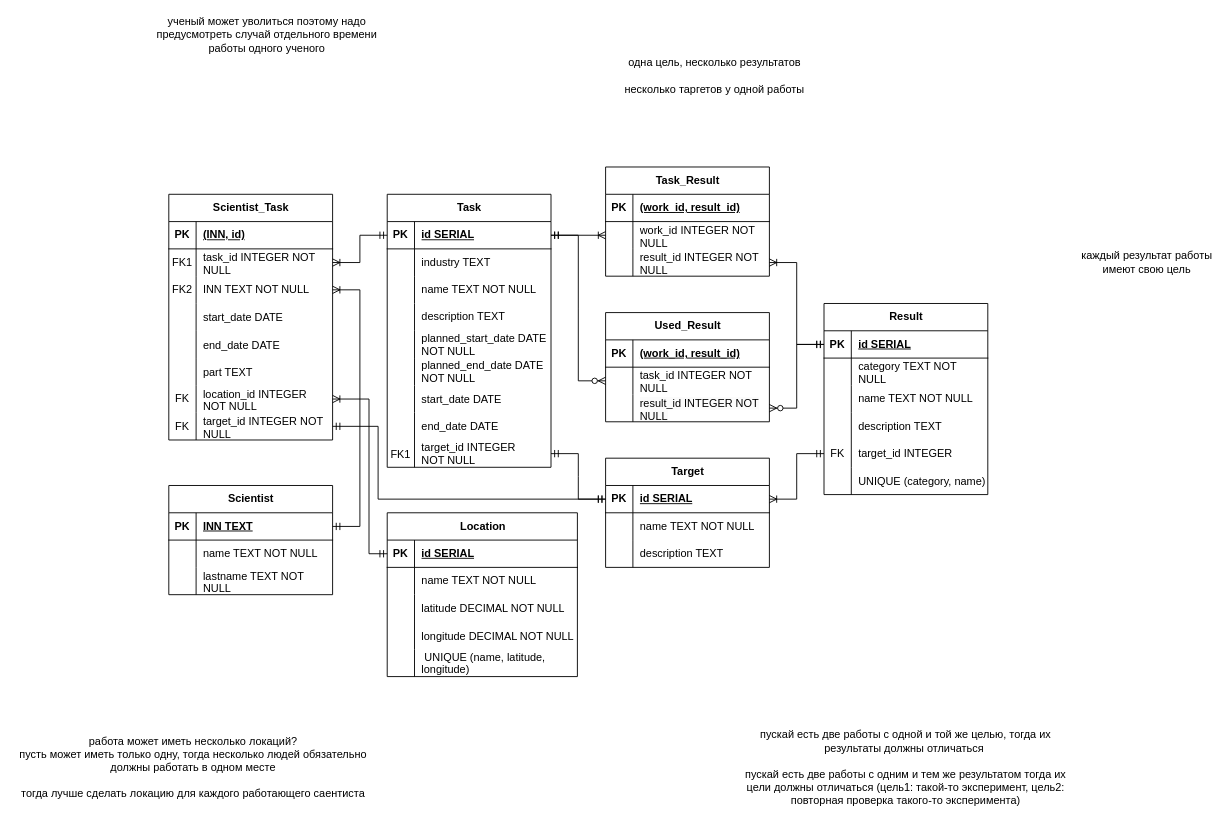
This is DB/lab_1/diagrams/data.drawio from vanya9090/itmo, a draw.io file, before an edit. Source tidied: cells renumbered, new cells numbered last; positions are measured from the earlier drawing's top-left corner, leaving out a move shared by most shapes. Both pictures are drawn from the tidied source at 91%, with x=0, y=0 at pixel (15, 21).
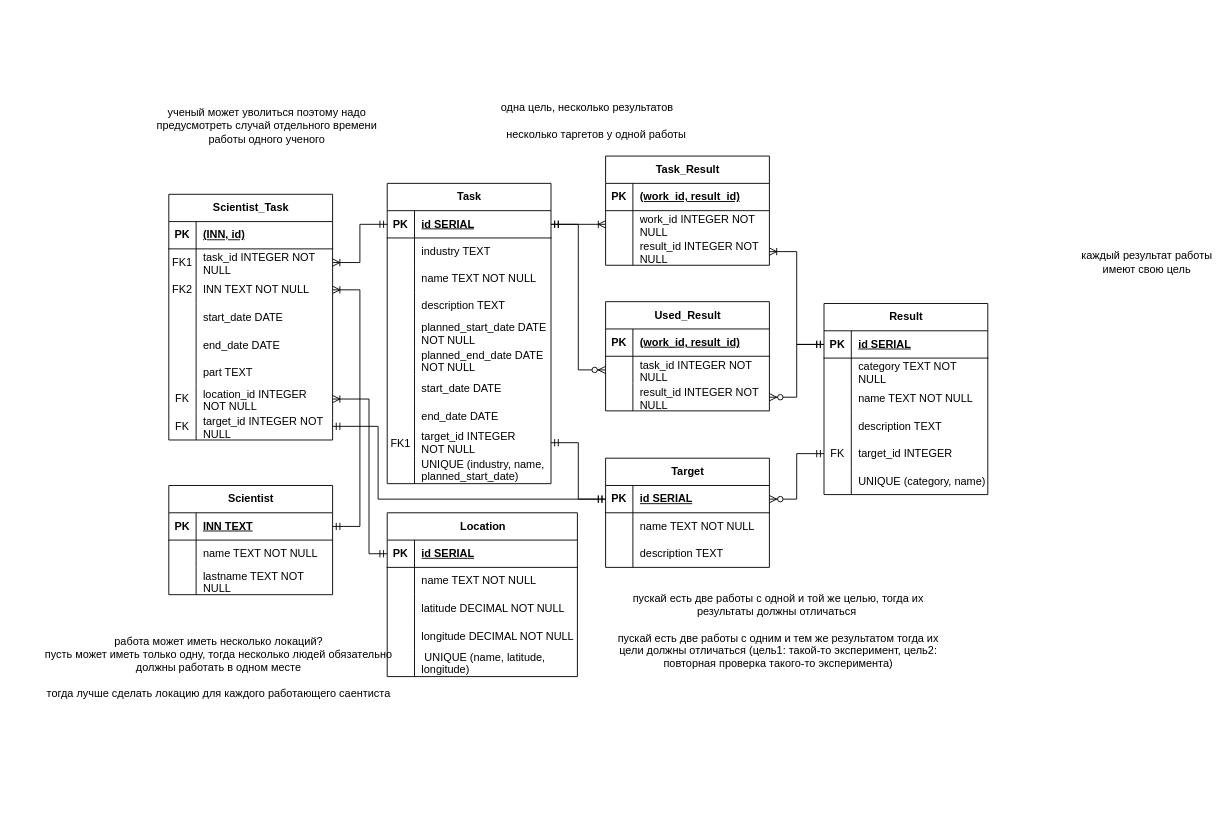
The same page after the edit.

The change refers to these unchanged cells:
```xml
<mxCell id="29" style="shape=tableRow;horizontal=0;startSize=0;swimlaneHead=0;swimlaneBody=0;fillColor=none;points=[[0,0.5],[1,0.5]];portConstraint=eastwest;top=0;left=0;right=0;bottom=1;" parent="28" vertex="1">
  <mxGeometry y="30" width="180" height="30" as="geometry" />
</mxCell>
<mxCell id="51" style="shape=tableRow;horizontal=0;startSize=0;swimlaneHead=0;swimlaneBody=0;fillColor=none;points=[[0,0.5],[1,0.5]];portConstraint=eastwest;top=0;left=0;right=0;bottom=0;" parent="38" vertex="1">
  <mxGeometry y="150" width="180" height="30" as="geometry" />
</mxCell>
```

What changed in the source:
```diff
@@
     <mxCell id="57" value="Task" style="shape=table;startSize=30;childLayout=tableLayout;rowLines=0;fontStyle=1;align=center;html=1;" parent="1" vertex="1">
-      <mxGeometry x="408" y="190" width="180" height="300" as="geometry" />
+      <mxGeometry x="408" y="178" width="180" height="330" as="geometry" />
     </mxCell>
@@
+    <mxCell id="147" style="shape=tableRow;horizontal=0;startSize=0;swimlaneHead=0;swimlaneBody=0;fillColor=none;top=0;left=0;right=0;bottom=0;" parent="57" vertex="1">
+      <mxGeometry y="300" width="180" height="30" as="geometry" />
+    </mxCell>
+    <mxCell id="148" style="shape=partialRectangle;fillColor=none;top=0;left=0;bottom=0;right=0;overflow=hidden;" parent="147" vertex="1">
+      <mxGeometry width="30" height="30" as="geometry" />
+    </mxCell>
+    <mxCell id="149" value="UNIQUE (industry, name,&#10;planned_start_date)" style="shape=partialRectangle;fillColor=none;top=0;left=0;bottom=0;right=0;align=left;spacingLeft=6;overflow=hidden;" parent="147" vertex="1">
+      <mxGeometry x="30" width="150" height="30" as="geometry" />
+    </mxCell>
@@
     <mxCell id="112" value="ученый может уволиться поэтому надо предусмотреть случай отдельного времени работы одного ученого" style="text;html=1;align=center;verticalAlign=middle;whiteSpace=wrap;rounded=0;" parent="1" vertex="1">
-      <mxGeometry x="144" width="264" height="30" as="geometry" />
+      <mxGeometry x="144" y="100" width="264" height="30" as="geometry" />
     </mxCell>
     <mxCell id="113" value="несколько таргетов у одной работы" style="text;html=1;align=center;verticalAlign=middle;whiteSpace=wrap;rounded=0;" parent="1" vertex="1">
-      <mxGeometry x="658" y="60" width="220" height="30" as="geometry" />
+      <mxGeometry x="528" y="110" width="220" height="30" as="geometry" />
     </mxCell>
     <mxCell id="114" value="одна цель, несколько результатов" style="text;html=1;align=center;verticalAlign=middle;whiteSpace=wrap;rounded=0;" parent="1" vertex="1">
-      <mxGeometry x="668" y="30" width="200" height="30" as="geometry" />
+      <mxGeometry x="528" y="80" width="200" height="30" as="geometry" />
     </mxCell>
     <mxCell id="115" value="Task_Result" style="shape=table;startSize=30;childLayout=tableLayout;rowLines=0;fontStyle=1;align=center;html=1;" parent="1" vertex="1">
-      <mxGeometry x="648" y="160" width="180" height="120" as="geometry" />
+      <mxGeometry x="648" y="148" width="180" height="120" as="geometry" />
     </mxCell>
@@
     <mxCell id="127" value="пускай есть две работы с одной и той же целью, тогда их результаты должны отличаться&amp;nbsp;&lt;div&gt;&lt;br&gt;&lt;div&gt;пускай есть две работы с одним и тем же результатом тогда их цели должны отличаться (цель1: такой-то эксперимент, цель2: повторная проверка такого-то эксперимента)&lt;/div&gt;&lt;/div&gt;" style="text;html=1;align=center;verticalAlign=middle;whiteSpace=wrap;rounded=0;" parent="1" vertex="1">
-      <mxGeometry x="788" y="760" width="380" height="120" as="geometry" />
+      <mxGeometry x="648" y="610" width="380" height="120" as="geometry" />
     </mxCell>
-    <mxCell id="128" style="edgeStyle=entityRelationEdgeStyle;fontSize=12;html=1;endArrow=ERoneToMany;startArrow=ERmandOne;rounded=0;exitX=0;exitY=0.5;exitDx=0;exitDy=0;entryX=1;entryY=0.5;entryDx=0;entryDy=0;" parent="1" edge="1" source="51" target="29">
-      <mxGeometry relative="1" as="geometry">
-        <Array as="points">
-          <mxPoint x="638" y="485" />
-        </Array>
-      </mxGeometry>
-    </mxCell>
     <mxCell id="129" value="работа может иметь несколько локаций?&lt;div&gt;пусть может иметь только одну, тогда несколько людей обязательно должны работать в одном месте&lt;/div&gt;&lt;div&gt;&lt;br&gt;&lt;/div&gt;&lt;div&gt;тогда лучше сделать локацию для каждого работающего саентиста&lt;/div&gt;" style="text;html=1;align=center;verticalAlign=middle;whiteSpace=wrap;rounded=0;" parent="1" vertex="1">
-      <mxGeometry y="770" width="390" height="100" as="geometry" />
+      <mxGeometry x="28" y="660" width="390" height="100" as="geometry" />
     </mxCell>
@@
     <mxCell id="131" value="Used_Result" style="shape=table;startSize=30;childLayout=tableLayout;rowLines=0;fontStyle=1;align=center;html=1;" parent="1" vertex="1">
-      <mxGeometry x="648" y="320" width="180" height="120" as="geometry" />
+      <mxGeometry x="648" y="308" width="180" height="120" as="geometry" />
     </mxCell>
@@
+    <mxCell id="128" style="edgeStyle=entityRelationEdgeStyle;fontSize=12;html=1;endArrow=ERzeroToMany;startArrow=ERmandOne;rounded=0;exitX=0;exitY=0.5;exitDx=0;exitDy=0;entryX=1;entryY=0.5;entryDx=0;entryDy=0;" parent="1" edge="1" source="51" target="29">
+      <mxGeometry relative="1" as="geometry" />
+    </mxCell>
```
